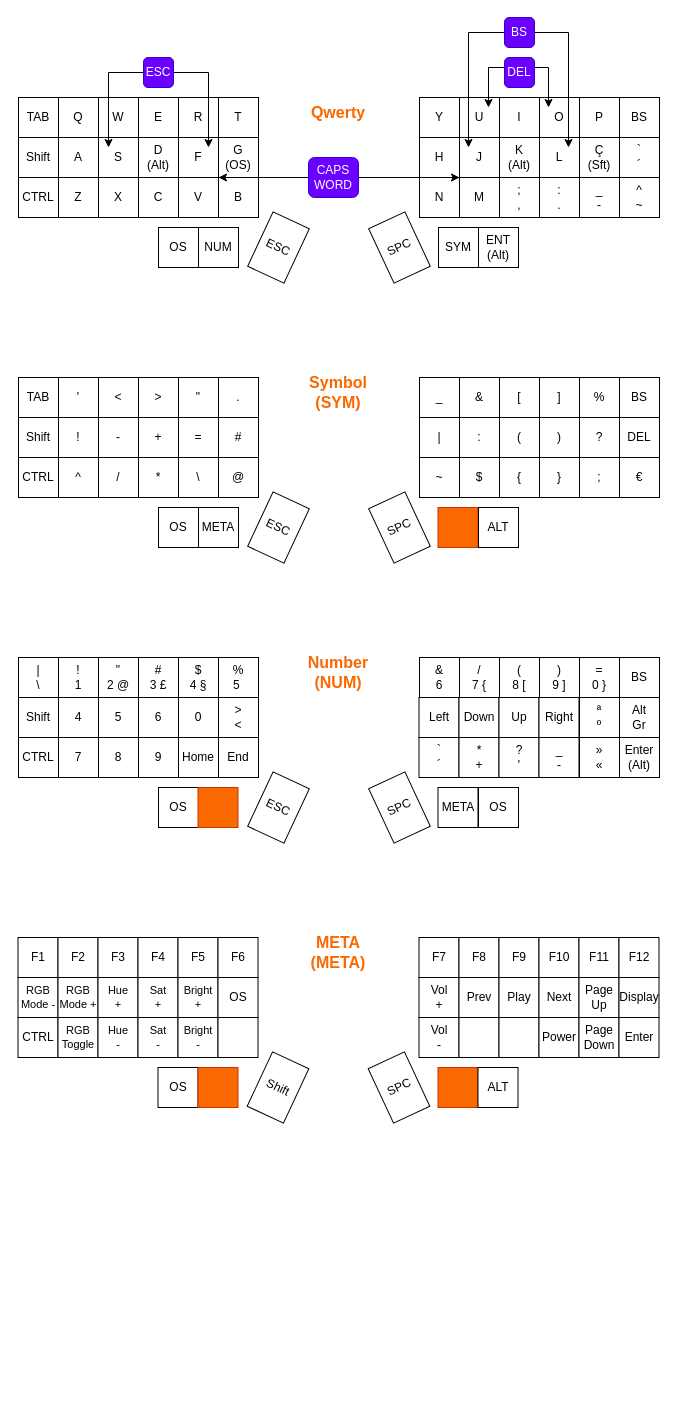
Above: keymap.drawio in easilok/qmk-build (draw.io), before the change. Source tidied: cells renumbered, new cells numbered last; positions are measured from the earlier drawing's top-left corner, leaving out a move shared by most shapes. Both pictures are drawn from the tidied source at 100%, with x=0, y=0 at pixel (18, 17).
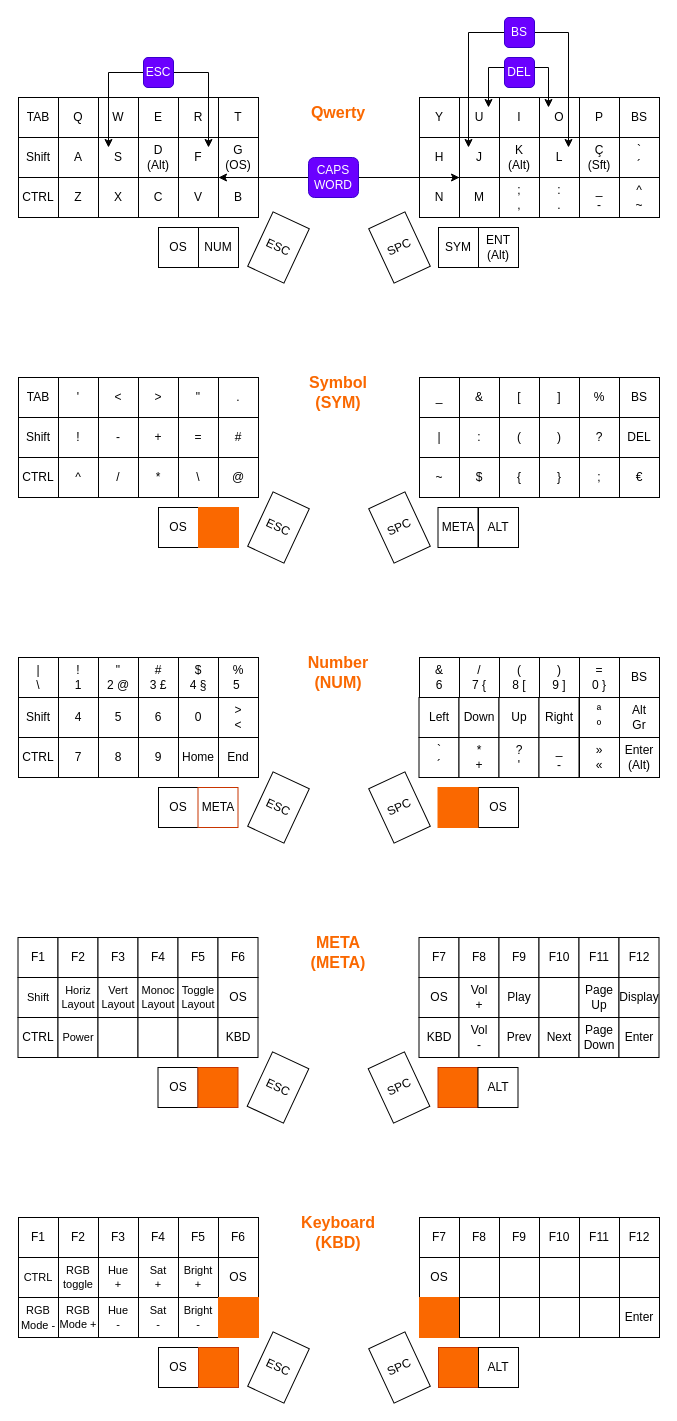
The same diagram, later.

Commit message (it also covers changes not shown here):
docs: update reference document

What changed in the source:
```diff
@@
-    <mxCell id="94" style="rounded=0;whiteSpace=wrap;html=1;fillColor=#fa6800;fontColor=#000000;strokeColor=#C73500;" parent="1" vertex="1">
+    <mxCell id="94" value="META" style="rounded=0;whiteSpace=wrap;html=1;fillColor=#FFFFFF;fontColor=#000000;strokeColor=default;" parent="1" vertex="1">
       <mxGeometry x="419.5" y="490" width="40" height="40" as="geometry" />
     </mxCell>
@@
-    <mxCell id="97" value="META" style="rounded=0;whiteSpace=wrap;html=1;" parent="1" vertex="1">
+    <mxCell id="97" style="rounded=0;whiteSpace=wrap;html=1;fillColor=#FA6800;strokeColor=#FA6800;" parent="1" vertex="1">
       <mxGeometry x="180" y="490" width="40" height="40" as="geometry" />
     </mxCell>
@@
-    <mxCell id="140" style="rounded=0;whiteSpace=wrap;html=1;fillColor=#fa6800;fontColor=#000000;strokeColor=#C73500;" parent="1" vertex="1">
+    <mxCell id="140" value="META" style="rounded=0;whiteSpace=wrap;html=1;fillColor=#FFFFFF;fontColor=#000000;strokeColor=#C73500;" parent="1" vertex="1">
       <mxGeometry x="179.5" y="770" width="40" height="40" as="geometry" />
     </mxCell>
@@
-    <mxCell id="143" value="META" style="rounded=0;whiteSpace=wrap;html=1;" parent="1" vertex="1">
+    <mxCell id="143" style="rounded=0;whiteSpace=wrap;html=1;fillColor=#FA6800;strokeColor=#FA6800;" parent="1" vertex="1">
       <mxGeometry x="419.5" y="770" width="40" height="40" as="geometry" />
     </mxCell>
@@
-    <mxCell id="156" value="Vol&lt;br&gt;+" style="rounded=0;whiteSpace=wrap;html=1;" parent="1" vertex="1">
+    <mxCell id="156" value="OS" style="rounded=0;whiteSpace=wrap;html=1;" parent="1" vertex="1">
       <mxGeometry x="400.5" y="960" width="40" height="40" as="geometry" />
     </mxCell>
-    <mxCell id="157" value="Prev" style="rounded=0;whiteSpace=wrap;html=1;" parent="1" vertex="1">
+    <mxCell id="157" value="Vol&lt;div&gt;+&lt;/div&gt;" style="rounded=0;whiteSpace=wrap;html=1;" parent="1" vertex="1">
       <mxGeometry x="440.5" y="960" width="40" height="40" as="geometry" />
     </mxCell>
@@
-    <mxCell id="159" value="Next" style="rounded=0;whiteSpace=wrap;html=1;" parent="1" vertex="1">
+    <mxCell id="159" style="rounded=0;whiteSpace=wrap;html=1;" parent="1" vertex="1">
       <mxGeometry x="520.5" y="960" width="40" height="40" as="geometry" />
     </mxCell>
@@
-    <mxCell id="162" value="Vol&lt;br&gt;-" style="rounded=0;whiteSpace=wrap;html=1;" parent="1" vertex="1">
+    <mxCell id="162" value="KBD" style="rounded=0;whiteSpace=wrap;html=1;" parent="1" vertex="1">
       <mxGeometry x="400.5" y="1000" width="40" height="40" as="geometry" />
     </mxCell>
-    <mxCell id="163" style="rounded=0;whiteSpace=wrap;html=1;" parent="1" vertex="1">
+    <mxCell id="163" value="Vol&lt;div&gt;-&lt;/div&gt;" style="rounded=0;whiteSpace=wrap;html=1;" parent="1" vertex="1">
       <mxGeometry x="440.5" y="1000" width="40" height="40" as="geometry" />
     </mxCell>
-    <mxCell id="164" style="rounded=0;whiteSpace=wrap;html=1;" parent="1" vertex="1">
+    <mxCell id="164" value="Prev" style="rounded=0;whiteSpace=wrap;html=1;" parent="1" vertex="1">
       <mxGeometry x="480.5" y="1000" width="40" height="40" as="geometry" />
     </mxCell>
-    <mxCell id="165" value="Power" style="rounded=0;whiteSpace=wrap;html=1;" parent="1" vertex="1">
+    <mxCell id="165" value="Next" style="rounded=0;whiteSpace=wrap;html=1;" parent="1" vertex="1">
       <mxGeometry x="520.5" y="1000" width="40" height="40" as="geometry" />
     </mxCell>
@@
-    <mxCell id="168" value="RGB&lt;br style=&quot;font-size: 11px;&quot;&gt;Mode -" style="rounded=0;whiteSpace=wrap;html=1;fontSize=11;" parent="1" vertex="1">
+    <mxCell id="168" value="Shift" style="rounded=0;whiteSpace=wrap;html=1;fontSize=11;" parent="1" vertex="1">
       <mxGeometry x="-0.5" y="960" width="40" height="40" as="geometry" />
     </mxCell>
-    <mxCell id="169" value="RGB&lt;br style=&quot;font-size: 11px;&quot;&gt;&lt;span style=&quot;font-size: 11px;&quot;&gt;Mode +&lt;/span&gt;" style="rounded=0;whiteSpace=wrap;html=1;fontSize=11;" parent="1" vertex="1">
+    <mxCell id="169" value="Horiz&lt;div&gt;Layout&lt;/div&gt;" style="rounded=0;whiteSpace=wrap;html=1;fontSize=11;" parent="1" vertex="1">
       <mxGeometry x="39.5" y="960" width="40" height="40" as="geometry" />
     </mxCell>
-    <mxCell id="170" value="Hue&lt;br style=&quot;font-size: 11px;&quot;&gt;+" style="rounded=0;whiteSpace=wrap;html=1;fontSize=11;" parent="1" vertex="1">
+    <mxCell id="170" value="Vert&lt;div&gt;Layout&lt;/div&gt;" style="rounded=0;whiteSpace=wrap;html=1;fontSize=11;" parent="1" vertex="1">
       <mxGeometry x="79.5" y="960" width="40" height="40" as="geometry" />
     </mxCell>
-    <mxCell id="171" value="Sat&lt;br style=&quot;font-size: 11px;&quot;&gt;+" style="rounded=0;whiteSpace=wrap;html=1;fontSize=11;" parent="1" vertex="1">
+    <mxCell id="171" value="Monoc&lt;div&gt;&lt;span style=&quot;background-color: initial;&quot;&gt;Layout&lt;/span&gt;&lt;/div&gt;" style="rounded=0;whiteSpace=wrap;html=1;fontSize=11;" parent="1" vertex="1">
       <mxGeometry x="119.5" y="960" width="40" height="40" as="geometry" />
     </mxCell>
-    <mxCell id="172" value="Bright&lt;br style=&quot;font-size: 11px;&quot;&gt;+" style="rounded=0;whiteSpace=wrap;html=1;fontSize=11;" parent="1" vertex="1">
+    <mxCell id="172" value="Toggle&lt;div&gt;Layout&lt;/div&gt;" style="rounded=0;whiteSpace=wrap;html=1;fontSize=11;" parent="1" vertex="1">
       <mxGeometry x="159.5" y="960" width="40" height="40" as="geometry" />
     </mxCell>
@@
-    <mxCell id="175" value="RGB&lt;br style=&quot;font-size: 11px;&quot;&gt;Toggle" style="rounded=0;whiteSpace=wrap;html=1;fontSize=11;" parent="1" vertex="1">
+    <mxCell id="175" value="Power" style="rounded=0;whiteSpace=wrap;html=1;fontSize=11;" parent="1" vertex="1">
       <mxGeometry x="39.5" y="1000" width="40" height="40" as="geometry" />
     </mxCell>
-    <mxCell id="176" value="Hue&lt;br style=&quot;font-size: 11px;&quot;&gt;-" style="rounded=0;whiteSpace=wrap;html=1;fontSize=11;" parent="1" vertex="1">
+    <mxCell id="176" style="rounded=0;whiteSpace=wrap;html=1;fontSize=11;" parent="1" vertex="1">
       <mxGeometry x="79.5" y="1000" width="40" height="40" as="geometry" />
     </mxCell>
-    <mxCell id="177" value="Sat&lt;br style=&quot;font-size: 11px;&quot;&gt;-" style="rounded=0;whiteSpace=wrap;html=1;fontSize=11;" parent="1" vertex="1">
+    <mxCell id="177" style="rounded=0;whiteSpace=wrap;html=1;fontSize=11;" parent="1" vertex="1">
       <mxGeometry x="119.5" y="1000" width="40" height="40" as="geometry" />
     </mxCell>
-    <mxCell id="178" value="Bright&lt;br style=&quot;font-size: 11px;&quot;&gt;-" style="rounded=0;whiteSpace=wrap;html=1;fontSize=11;" parent="1" vertex="1">
+    <mxCell id="178" style="rounded=0;whiteSpace=wrap;html=1;fontSize=11;" parent="1" vertex="1">
       <mxGeometry x="159.5" y="1000" width="40" height="40" as="geometry" />
     </mxCell>
-    <mxCell id="179" style="rounded=0;whiteSpace=wrap;html=1;" parent="1" vertex="1">
+    <mxCell id="179" value="KBD" style="rounded=0;whiteSpace=wrap;html=1;" parent="1" vertex="1">
       <mxGeometry x="199.5" y="1000" width="40" height="40" as="geometry" />
     </mxCell>
@@
-    <mxCell id="182" value="Shift" style="rounded=0;whiteSpace=wrap;html=1;rotation=25;" parent="1" vertex="1">
+    <mxCell id="182" value="ESC" style="rounded=0;whiteSpace=wrap;html=1;rotation=25;" parent="1" vertex="1">
       <mxGeometry x="239.5" y="1040" width="40" height="60" as="geometry" />
     </mxCell>
@@
+    <mxCell id="187" value="F1" style="rounded=0;whiteSpace=wrap;html=1;" parent="1" vertex="1">
+      <mxGeometry y="1200" width="40" height="40" as="geometry" />
+    </mxCell>
+    <mxCell id="188" value="F2" style="rounded=0;whiteSpace=wrap;html=1;" parent="1" vertex="1">
+      <mxGeometry x="40" y="1200" width="40" height="40" as="geometry" />
+    </mxCell>
+    <mxCell id="189" value="F3" style="rounded=0;whiteSpace=wrap;html=1;" parent="1" vertex="1">
+      <mxGeometry x="80" y="1200" width="40" height="40" as="geometry" />
+    </mxCell>
+    <mxCell id="190" value="F4" style="rounded=0;whiteSpace=wrap;html=1;" parent="1" vertex="1">
+      <mxGeometry x="120" y="1200" width="40" height="40" as="geometry" />
+    </mxCell>
+    <mxCell id="191" value="F5" style="rounded=0;whiteSpace=wrap;html=1;" parent="1" vertex="1">
+      <mxGeometry x="160" y="1200" width="40" height="40" as="geometry" />
+    </mxCell>
+    <mxCell id="192" value="F6" style="rounded=0;whiteSpace=wrap;html=1;" parent="1" vertex="1">
+      <mxGeometry x="200" y="1200" width="40" height="40" as="geometry" />
+    </mxCell>
+    <mxCell id="193" value="F7" style="rounded=0;whiteSpace=wrap;html=1;" parent="1" vertex="1">
+      <mxGeometry x="401" y="1200" width="40" height="40" as="geometry" />
+    </mxCell>
+    <mxCell id="194" value="F8" style="rounded=0;whiteSpace=wrap;html=1;" parent="1" vertex="1">
+      <mxGeometry x="441" y="1200" width="40" height="40" as="geometry" />
+    </mxCell>
+    <mxCell id="195" value="F9" style="rounded=0;whiteSpace=wrap;html=1;" parent="1" vertex="1">
+      <mxGeometry x="481" y="1200" width="40" height="40" as="geometry" />
+    </mxCell>
+    <mxCell id="196" value="F10" style="rounded=0;whiteSpace=wrap;html=1;" parent="1" vertex="1">
+      <mxGeometry x="521" y="1200" width="40" height="40" as="geometry" />
+    </mxCell>
+    <mxCell id="197" value="F11" style="rounded=0;whiteSpace=wrap;html=1;" parent="1" vertex="1">
+      <mxGeometry x="561" y="1200" width="40" height="40" as="geometry" />
+    </mxCell>
+    <mxCell id="198" value="F12" style="rounded=0;whiteSpace=wrap;html=1;" parent="1" vertex="1">
+      <mxGeometry x="601" y="1200" width="40" height="40" as="geometry" />
+    </mxCell>
+    <mxCell id="199" value="OS" style="rounded=0;whiteSpace=wrap;html=1;" parent="1" vertex="1">
+      <mxGeometry x="401" y="1240" width="40" height="40" as="geometry" />
+    </mxCell>
+    <mxCell id="200" style="rounded=0;whiteSpace=wrap;html=1;" parent="1" vertex="1">
+      <mxGeometry x="441" y="1240" width="40" height="40" as="geometry" />
+    </mxCell>
+    <mxCell id="201" style="rounded=0;whiteSpace=wrap;html=1;" parent="1" vertex="1">
+      <mxGeometry x="481" y="1240" width="40" height="40" as="geometry" />
+    </mxCell>
+    <mxCell id="202" style="rounded=0;whiteSpace=wrap;html=1;" parent="1" vertex="1">
+      <mxGeometry x="521" y="1240" width="40" height="40" as="geometry" />
+    </mxCell>
+    <mxCell id="203" style="rounded=0;whiteSpace=wrap;html=1;" parent="1" vertex="1">
+      <mxGeometry x="561" y="1240" width="40" height="40" as="geometry" />
+    </mxCell>
+    <mxCell id="204" style="rounded=0;whiteSpace=wrap;html=1;" parent="1" vertex="1">
+      <mxGeometry x="601" y="1240" width="40" height="40" as="geometry" />
+    </mxCell>
+    <mxCell id="205" style="rounded=0;whiteSpace=wrap;html=1;fillColor=#FA6800;strokeColor=#FA6800;" parent="1" vertex="1">
+      <mxGeometry x="401" y="1280" width="40" height="40" as="geometry" />
+    </mxCell>
+    <mxCell id="206" style="rounded=0;whiteSpace=wrap;html=1;" parent="1" vertex="1">
+      <mxGeometry x="441" y="1280" width="40" height="40" as="geometry" />
+    </mxCell>
+    <mxCell id="207" style="rounded=0;whiteSpace=wrap;html=1;" parent="1" vertex="1">
+      <mxGeometry x="481" y="1280" width="40" height="40" as="geometry" />
+    </mxCell>
+    <mxCell id="208" style="rounded=0;whiteSpace=wrap;html=1;" parent="1" vertex="1">
+      <mxGeometry x="521" y="1280" width="40" height="40" as="geometry" />
+    </mxCell>
+    <mxCell id="209" style="rounded=0;whiteSpace=wrap;html=1;" parent="1" vertex="1">
+      <mxGeometry x="561" y="1280" width="40" height="40" as="geometry" />
+    </mxCell>
+    <mxCell id="210" value="Enter" style="rounded=0;whiteSpace=wrap;html=1;" parent="1" vertex="1">
+      <mxGeometry x="601" y="1280" width="40" height="40" as="geometry" />
+    </mxCell>
+    <mxCell id="211" value="CTRL" style="rounded=0;whiteSpace=wrap;html=1;fontSize=11;" parent="1" vertex="1">
+      <mxGeometry y="1240" width="40" height="40" as="geometry" />
+    </mxCell>
+    <mxCell id="212" value="RGB&lt;br style=&quot;font-size: 11px;&quot;&gt;toggle" style="rounded=0;whiteSpace=wrap;html=1;fontSize=11;" parent="1" vertex="1">
+      <mxGeometry x="40" y="1240" width="40" height="40" as="geometry" />
+    </mxCell>
+    <mxCell id="213" value="Hue&lt;br style=&quot;font-size: 11px;&quot;&gt;+" style="rounded=0;whiteSpace=wrap;html=1;fontSize=11;" parent="1" vertex="1">
+      <mxGeometry x="80" y="1240" width="40" height="40" as="geometry" />
+    </mxCell>
+    <mxCell id="214" value="Sat&lt;br style=&quot;font-size: 11px;&quot;&gt;+" style="rounded=0;whiteSpace=wrap;html=1;fontSize=11;" parent="1" vertex="1">
+      <mxGeometry x="120" y="1240" width="40" height="40" as="geometry" />
+    </mxCell>
+    <mxCell id="215" value="Bright&lt;br style=&quot;font-size: 11px;&quot;&gt;+" style="rounded=0;whiteSpace=wrap;html=1;fontSize=11;" parent="1" vertex="1">
+      <mxGeometry x="160" y="1240" width="40" height="40" as="geometry" />
+    </mxCell>
+    <mxCell id="216" value="OS" style="rounded=0;whiteSpace=wrap;html=1;" parent="1" vertex="1">
+      <mxGeometry x="200" y="1240" width="40" height="40" as="geometry" />
+    </mxCell>
+    <mxCell id="217" value="&lt;span style=&quot;font-size: 11px;&quot;&gt;RGB&lt;/span&gt;&lt;br style=&quot;font-size: 11px;&quot;&gt;&lt;span style=&quot;font-size: 11px;&quot;&gt;Mode -&lt;/span&gt;" style="rounded=0;whiteSpace=wrap;html=1;" parent="1" vertex="1">
+      <mxGeometry y="1280" width="40" height="40" as="geometry" />
+    </mxCell>
+    <mxCell id="218" value="RGB&lt;br&gt;Mode +" style="rounded=0;whiteSpace=wrap;html=1;fontSize=11;" parent="1" vertex="1">
+      <mxGeometry x="40" y="1280" width="40" height="40" as="geometry" />
+    </mxCell>
+    <mxCell id="219" value="Hue&lt;br style=&quot;font-size: 11px;&quot;&gt;-" style="rounded=0;whiteSpace=wrap;html=1;fontSize=11;" parent="1" vertex="1">
+      <mxGeometry x="80" y="1280" width="40" height="40" as="geometry" />
+    </mxCell>
+    <mxCell id="220" value="Sat&lt;br style=&quot;font-size: 11px;&quot;&gt;-" style="rounded=0;whiteSpace=wrap;html=1;fontSize=11;" parent="1" vertex="1">
+      <mxGeometry x="120" y="1280" width="40" height="40" as="geometry" />
+    </mxCell>
+    <mxCell id="221" value="Bright&lt;br style=&quot;font-size: 11px;&quot;&gt;-" style="rounded=0;whiteSpace=wrap;html=1;fontSize=11;" parent="1" vertex="1">
+      <mxGeometry x="160" y="1280" width="40" height="40" as="geometry" />
+    </mxCell>
+    <mxCell id="222" style="rounded=0;whiteSpace=wrap;html=1;fillColor=#FA6800;strokeColor=#FA6800;" parent="1" vertex="1">
+      <mxGeometry x="200" y="1280" width="40" height="40" as="geometry" />
+    </mxCell>
+    <mxCell id="223" value="OS" style="rounded=0;whiteSpace=wrap;html=1;" parent="1" vertex="1">
+      <mxGeometry x="140" y="1330" width="40" height="40" as="geometry" />
+    </mxCell>
+    <mxCell id="224" value="SPC" style="rounded=0;whiteSpace=wrap;html=1;rotation=335;" parent="1" vertex="1">
+      <mxGeometry x="361" y="1320" width="40" height="60" as="geometry" />
+    </mxCell>
+    <mxCell id="225" value="ESC" style="rounded=0;whiteSpace=wrap;html=1;rotation=25;" parent="1" vertex="1">
+      <mxGeometry x="240" y="1320" width="40" height="60" as="geometry" />
+    </mxCell>
+    <mxCell id="226" style="rounded=0;whiteSpace=wrap;html=1;fillColor=#fa6800;fontColor=#000000;strokeColor=#C73500;" parent="1" vertex="1">
+      <mxGeometry x="420" y="1330" width="40" height="40" as="geometry" />
+    </mxCell>
+    <mxCell id="227" value="ALT" style="rounded=0;whiteSpace=wrap;html=1;" parent="1" vertex="1">
+      <mxGeometry x="460" y="1330" width="40" height="40" as="geometry" />
+    </mxCell>
+    <mxCell id="228" value="&lt;font style=&quot;font-size: 16px;&quot;&gt;&lt;b style=&quot;font-size: 16px;&quot;&gt;Keyboard&lt;br&gt;(KBD)&lt;br&gt;&lt;/b&gt;&lt;/font&gt;" style="text;html=1;strokeColor=none;fillColor=none;align=center;verticalAlign=middle;whiteSpace=wrap;rounded=0;fontSize=16;fontColor=#fa6800;" parent="1" vertex="1">
+      <mxGeometry x="290" y="1200" width="60" height="30" as="geometry" />
+    </mxCell>
+    <mxCell id="229" style="rounded=0;whiteSpace=wrap;html=1;fillColor=#fa6800;fontColor=#000000;strokeColor=#C73500;" parent="1" vertex="1">
+      <mxGeometry x="180" y="1330" width="40" height="40" as="geometry" />
+    </mxCell>
```
